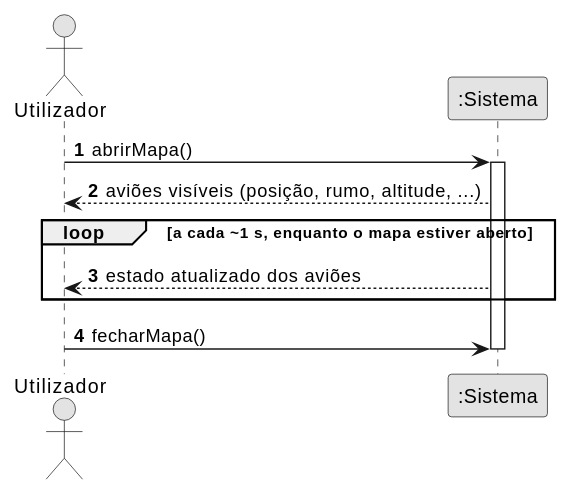
This is docs/system-documentation/use-cases/US06/svg/ssd_us06.svg from miguelsiilva1/SkyTracer, a PlantUML export, as it was before one commit. Source of this version:
```plantuml
@startuml
autonumber
skinparam monochrome true
actor "Utilizador" as U
participant ":Sistema" as S

U -> S : abrirMapa()
activate S
S --> U : aviões visíveis (posição, rumo, altitude, ...)
loop a cada ~1 s, enquanto o mapa estiver aberto
  S --> U : estado atualizado dos aviões
end
U -> S : fecharMapa()
deactivate S
@enduml
```
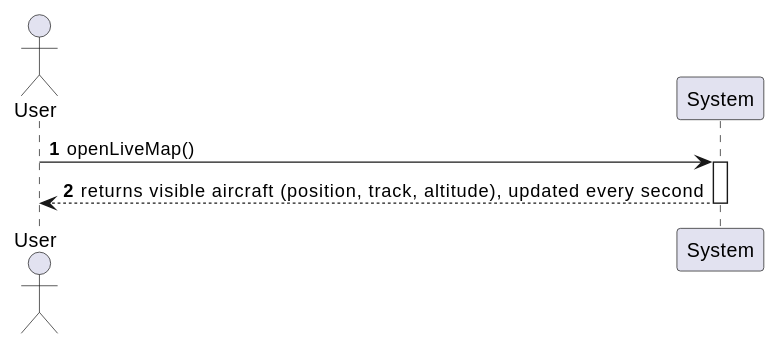
The same diagram one commit later.

Diff of the diagram source:
```diff
@@ -1,15 +1,10 @@
 @startuml
 autonumber
-skinparam monochrome true
-actor "Utilizador" as U
-participant ":Sistema" as S
+actor "User" as A
+participant "System" as S
 
-U -> S : abrirMapa()
+A -> S : openLiveMap()
 activate S
-S --> U : aviões visíveis (posição, rumo, altitude, ...)
-loop a cada ~1 s, enquanto o mapa estiver aberto
-  S --> U : estado atualizado dos aviões
-end
-U -> S : fecharMapa()
+S --> A : returns visible aircraft (position, track, altitude), updated every second
 deactivate S
 @enduml
```
